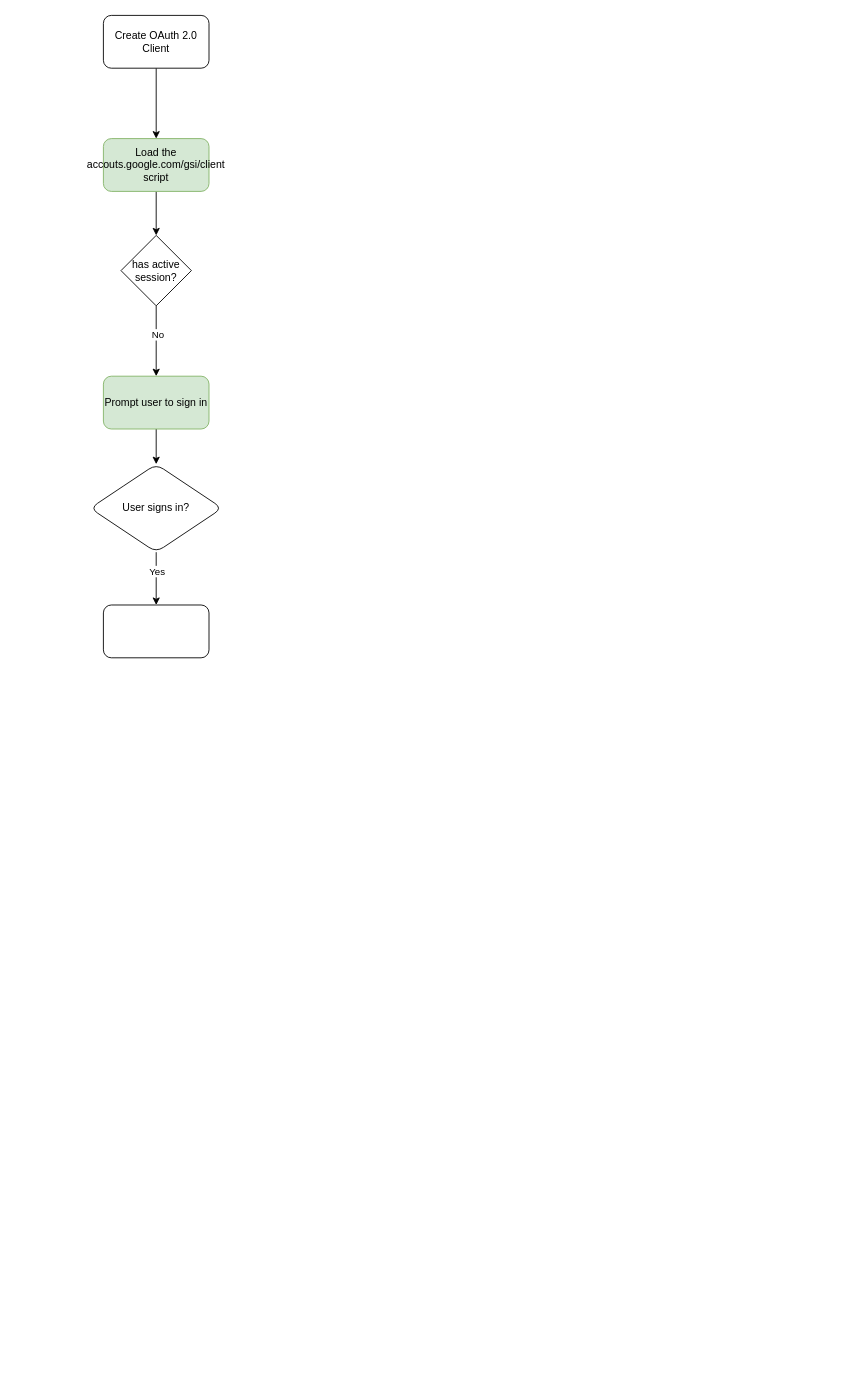
Earlier version of the draw.io diagram google-OAuth.drawio (appsparkler/draw.io). Source tidied: cells renumbered, new cells numbered last; positions are measured from the earlier drawing's top-left corner, leaving out a move shared by most shapes. Both pictures are drawn from the tidied source at 88%, with x=0, y=0 at pixel (90, 15).
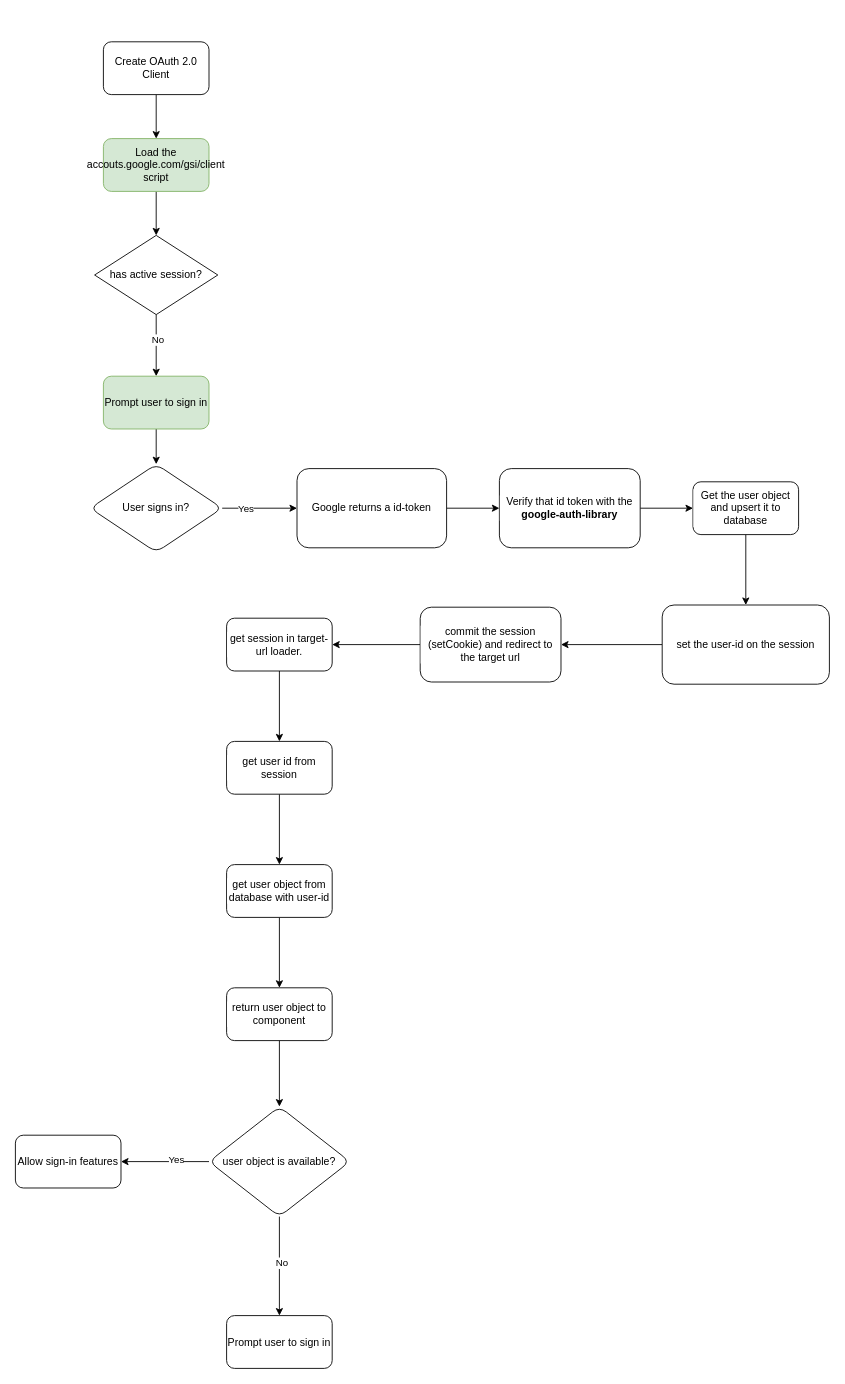
After the change.

The change refers to these unchanged cells:
```xml
<mxCell id="11" style="edgeStyle=orthogonalEdgeStyle;rounded=0;jettySize=auto;html=1;" parent="1" edge="1" source="13" target="14">
  <mxGeometry relative="1" as="geometry" />
</mxCell>
```

Diff of the diagram source:
```diff
@@
     <mxCell id="3" value="Create OAuth 2.0 Client" style="rounded=1;whiteSpace=wrap;html=1;" parent="1" vertex="1">
-      <mxGeometry x="15" width="120" height="60" as="geometry" />
+      <mxGeometry x="15" y="30" width="120" height="60" as="geometry" />
     </mxCell>
@@
     <mxCell id="8" value="has active session?" style="rhombus;whiteSpace=wrap;html=1;" parent="1" vertex="1">
-      <mxGeometry x="35" y="250" width="80" height="80" as="geometry" />
+      <mxGeometry x="5" y="250" width="140" height="90" as="geometry" />
     </mxCell>
@@
     <mxCell id="12" value="Yes" style="edgeLabel;html=1;align=center;verticalAlign=middle;" parent="11" vertex="1">
       <mxGeometry x="-0.29" y="4" relative="1" as="geometry">
-        <mxPoint x="-4" as="offset" />
+        <mxPoint x="-4" y="4" as="offset" />
       </mxGeometry>
     </mxCell>
@@
+    <mxCell id="15" style="edgeStyle=orthogonalEdgeStyle;rounded=0;jettySize=auto;html=1;" parent="1" edge="1" source="14" target="17">
+      <mxGeometry relative="1" as="geometry" />
+    </mxCell>
-    <mxCell id="14" style="whiteSpace=wrap;html=1;rounded=1;gradientColor=none;labelBackgroundColor=default;" parent="1" vertex="1">
-      <mxGeometry x="15" y="670" width="120" height="60" as="geometry" />
+    <mxCell id="14" value="Google returns a id-token" style="whiteSpace=wrap;html=1;rounded=1;gradientColor=none;labelBackgroundColor=default;" parent="1" vertex="1">
+      <mxGeometry x="235" y="515" width="170" height="90" as="geometry" />
     </mxCell>
+    <mxCell id="16" style="edgeStyle=orthogonalEdgeStyle;rounded=0;jettySize=auto;html=1;" parent="1" edge="1" source="17" target="19">
+      <mxGeometry relative="1" as="geometry" />
+    </mxCell>
+    <mxCell id="17" value="Verify that id token with the &lt;b&gt;google-auth-library&lt;/b&gt;" style="whiteSpace=wrap;html=1;rounded=1;gradientColor=none;labelBackgroundColor=default;" parent="1" vertex="1">
+      <mxGeometry x="465" y="515" width="160" height="90" as="geometry" />
+    </mxCell>
+    <mxCell id="18" style="edgeStyle=orthogonalEdgeStyle;rounded=0;jettySize=auto;html=1;" parent="1" edge="1" source="19" target="21">
+      <mxGeometry relative="1" as="geometry" />
+    </mxCell>
+    <mxCell id="19" value="Get the user object and upsert it to database" style="whiteSpace=wrap;html=1;rounded=1;gradientColor=none;labelBackgroundColor=default;" parent="1" vertex="1">
+      <mxGeometry x="685" y="530" width="120" height="60" as="geometry" />
+    </mxCell>
+    <mxCell id="20" style="edgeStyle=orthogonalEdgeStyle;rounded=0;jettySize=auto;html=1;" parent="1" edge="1" source="21" target="23">
+      <mxGeometry relative="1" as="geometry" />
+    </mxCell>
+    <mxCell id="21" value="set the user-id on the session" style="whiteSpace=wrap;html=1;rounded=1;gradientColor=none;labelBackgroundColor=default;" parent="1" vertex="1">
+      <mxGeometry x="650" y="670" width="190" height="90" as="geometry" />
+    </mxCell>
+    <mxCell id="22" style="edgeStyle=orthogonalEdgeStyle;rounded=0;jettySize=auto;html=1;" parent="1" edge="1" source="23" target="25">
+      <mxGeometry relative="1" as="geometry" />
+    </mxCell>
+    <mxCell id="23" value="commit the session (setCookie) and redirect to the target url" style="whiteSpace=wrap;html=1;rounded=1;gradientColor=none;labelBackgroundColor=default;" parent="1" vertex="1">
+      <mxGeometry x="375" y="672.5" width="160" height="85" as="geometry" />
+    </mxCell>
+    <mxCell id="24" style="edgeStyle=orthogonalEdgeStyle;rounded=0;jettySize=auto;html=1;" parent="1" edge="1" source="25" target="27">
+      <mxGeometry relative="1" as="geometry" />
+    </mxCell>
+    <mxCell id="25" value="get session in target-url loader." style="whiteSpace=wrap;html=1;rounded=1;gradientColor=none;labelBackgroundColor=default;" parent="1" vertex="1">
+      <mxGeometry x="155" y="685" width="120" height="60" as="geometry" />
+    </mxCell>
+    <mxCell id="26" style="edgeStyle=orthogonalEdgeStyle;rounded=0;jettySize=auto;html=1;" parent="1" edge="1" source="27" target="29">
+      <mxGeometry relative="1" as="geometry" />
+    </mxCell>
+    <mxCell id="27" value="get user id from session" style="whiteSpace=wrap;html=1;rounded=1;gradientColor=none;labelBackgroundColor=default;" parent="1" vertex="1">
+      <mxGeometry x="155" y="825" width="120" height="60" as="geometry" />
+    </mxCell>
+    <mxCell id="28" style="edgeStyle=orthogonalEdgeStyle;rounded=0;jettySize=auto;html=1;" parent="1" edge="1" source="29" target="31">
+      <mxGeometry relative="1" as="geometry" />
+    </mxCell>
+    <mxCell id="29" value="get user object from database with user-id" style="whiteSpace=wrap;html=1;rounded=1;gradientColor=none;labelBackgroundColor=default;" parent="1" vertex="1">
+      <mxGeometry x="155" y="965" width="120" height="60" as="geometry" />
+    </mxCell>
+    <mxCell id="30" style="edgeStyle=orthogonalEdgeStyle;rounded=0;jettySize=auto;html=1;" parent="1" edge="1" source="31" target="36">
+      <mxGeometry relative="1" as="geometry" />
+    </mxCell>
+    <mxCell id="31" value="return user object to component" style="whiteSpace=wrap;html=1;rounded=1;gradientColor=none;labelBackgroundColor=default;" parent="1" vertex="1">
+      <mxGeometry x="155" y="1105" width="120" height="60" as="geometry" />
+    </mxCell>
+    <mxCell id="32" style="edgeStyle=orthogonalEdgeStyle;rounded=0;jettySize=auto;html=1;" parent="1" edge="1" source="36" target="37">
+      <mxGeometry relative="1" as="geometry" />
+    </mxCell>
+    <mxCell id="33" value="No" style="edgeLabel;html=1;align=center;verticalAlign=middle;" parent="32" vertex="1">
+      <mxGeometry x="-0.08" y="2" relative="1" as="geometry" />
+    </mxCell>
+    <mxCell id="34" style="edgeStyle=orthogonalEdgeStyle;rounded=0;jettySize=auto;html=1;" parent="1" edge="1" source="36" target="38">
+      <mxGeometry relative="1" as="geometry" />
+    </mxCell>
+    <mxCell id="35" value="Yes" style="edgeLabel;html=1;align=center;verticalAlign=middle;" parent="34" vertex="1">
+      <mxGeometry x="-0.25" y="3" relative="1" as="geometry">
+        <mxPoint y="-5" as="offset" />
+      </mxGeometry>
+    </mxCell>
+    <mxCell id="36" value="user object is available?" style="rhombus;whiteSpace=wrap;html=1;rounded=1;gradientColor=none;labelBackgroundColor=default;" parent="1" vertex="1">
+      <mxGeometry x="135" y="1240" width="160" height="125" as="geometry" />
+    </mxCell>
+    <mxCell id="37" value="Prompt user to sign in" style="whiteSpace=wrap;html=1;rounded=1;gradientColor=none;labelBackgroundColor=default;" parent="1" vertex="1">
+      <mxGeometry x="155" y="1477.5" width="120" height="60" as="geometry" />
+    </mxCell>
+    <mxCell id="38" value="Allow sign-in features" style="whiteSpace=wrap;html=1;rounded=1;gradientColor=none;labelBackgroundColor=default;" parent="1" vertex="1">
+      <mxGeometry x="-85" y="1272.5" width="120" height="60" as="geometry" />
+    </mxCell>
```
